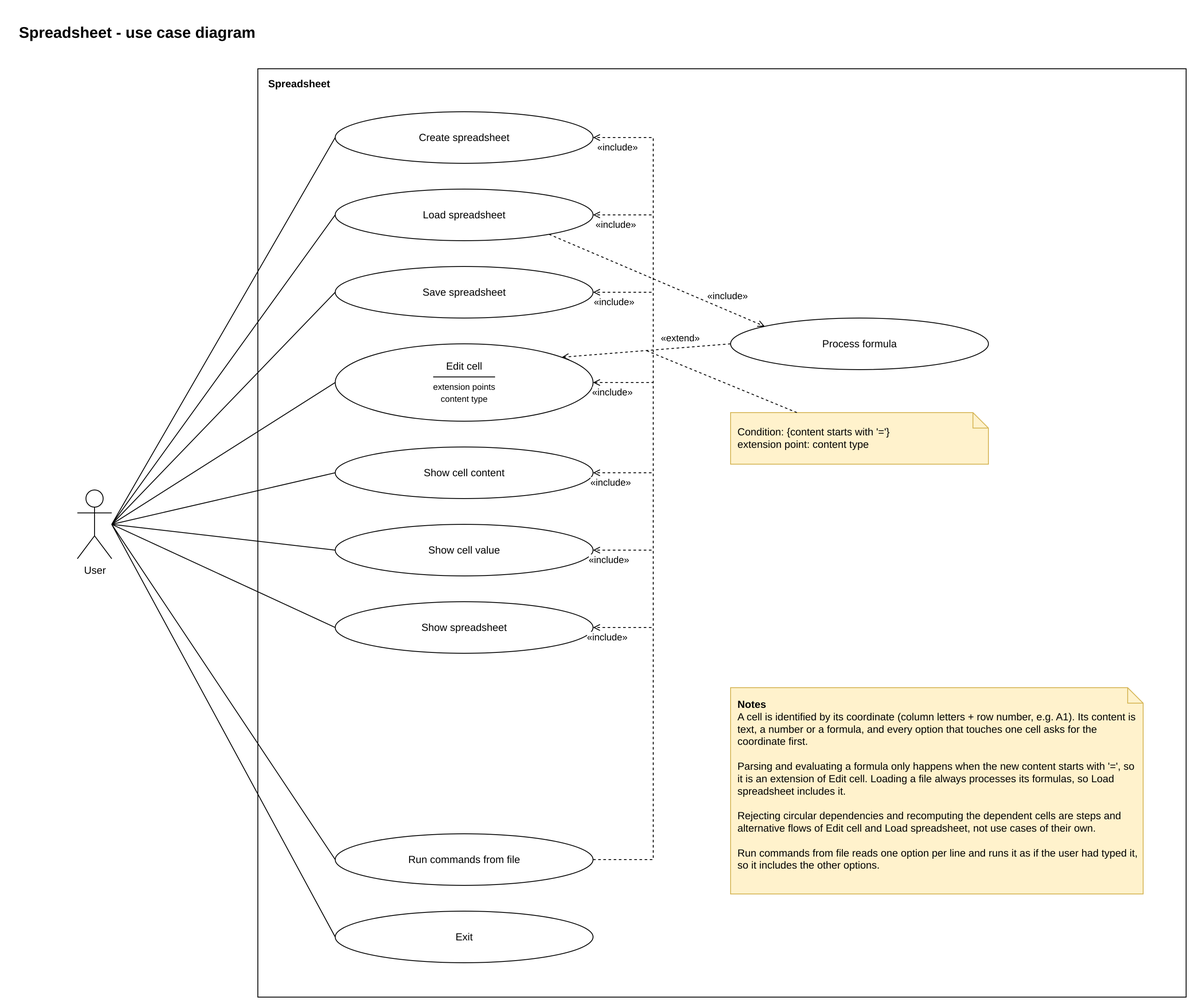
kamanfung-upc/softeng-project keeps this draw.io diagram as docs/use-case-diagram.drawio.png. Above is the earlier version. Source tidied: cells renumbered, new cells last; positions are measured from the earlier drawing's top-left corner, leaving out a move shared by most shapes.
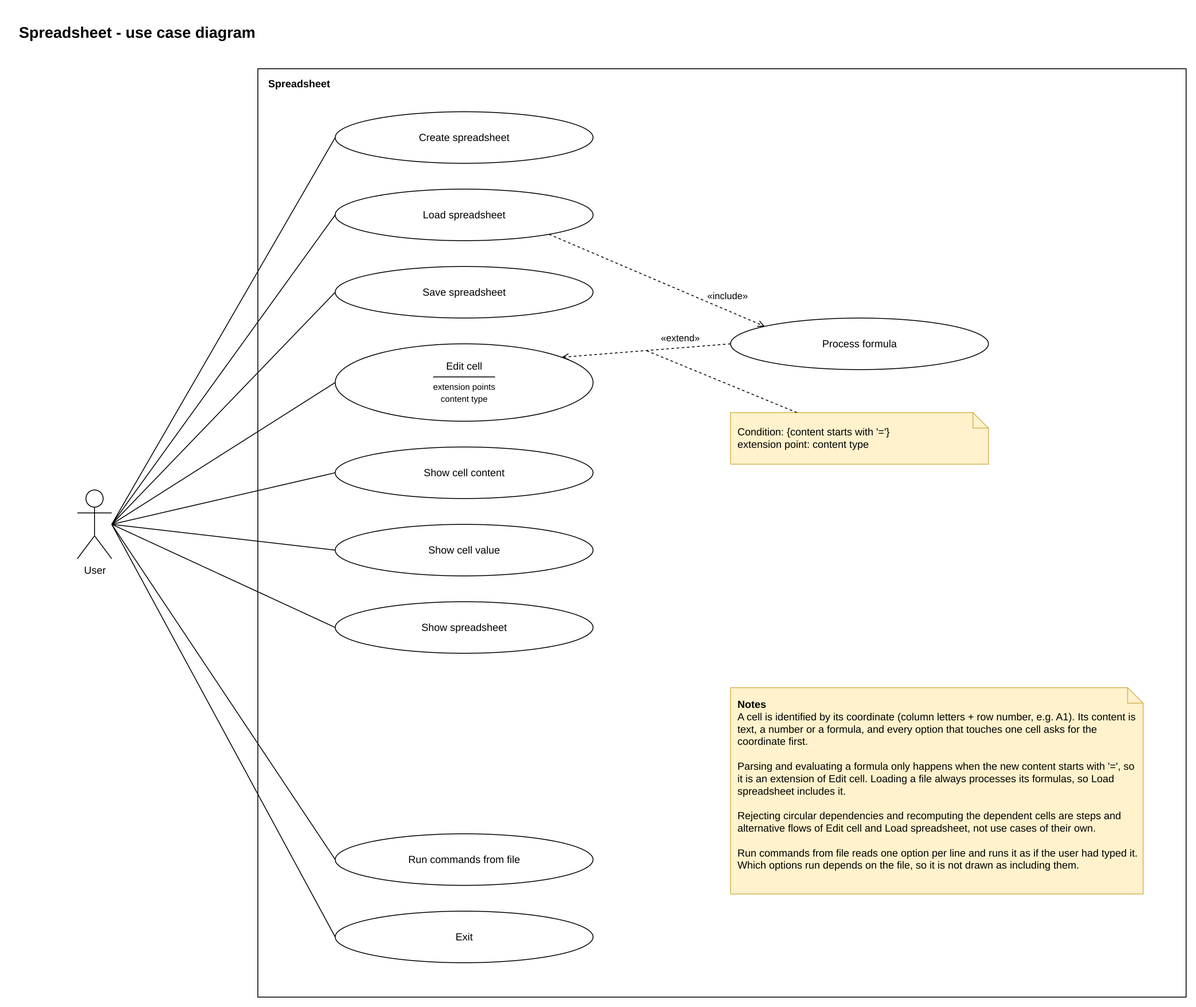
The same diagram one commit later.

Commit message:
docs: unify formula error rules in Process formula and fix diagram notation

What changed in the source:
```diff
@@ -82,98 +82,7 @@
     <mxCell id="27" style="endArrow=none;dashed=1;html=1;rounded=0;" parent="1" edge="1" source="26" target="24">
       <mxGeometry relative="1" as="geometry" />
     </mxCell>
-    <mxCell id="28" style="endArrow=open;endFill=1;dashed=1;html=1;rounded=0;edgeStyle=orthogonalEdgeStyle;exitX=1;exitY=0.5;exitDx=0;exitDy=0;entryX=1;entryY=0.5;entryDx=0;entryDy=0;" parent="1" edge="1" source="11" target="5">
-      <mxGeometry relative="1" as="geometry">
-        <Array as="points">
-          <mxPoint x="740" y="980" />
-          <mxPoint x="740" y="140" />
-        </Array>
-      </mxGeometry>
-    </mxCell>
-    <mxCell id="29" value="«include»" style="edgeLabel;html=1;align=center;verticalAlign=middle;" parent="28" vertex="1">
-      <mxGeometry x="0.96" relative="1" as="geometry">
-        <mxPoint x="8" y="11" as="offset" />
-      </mxGeometry>
-    </mxCell>
-    <mxCell id="30" style="endArrow=open;endFill=1;dashed=1;html=1;rounded=0;edgeStyle=orthogonalEdgeStyle;exitX=1;exitY=0.5;exitDx=0;exitDy=0;entryX=1;entryY=0.5;entryDx=0;entryDy=0;" parent="1" edge="1" source="11" target="6">
-      <mxGeometry relative="1" as="geometry">
-        <Array as="points">
-          <mxPoint x="740" y="980" />
-          <mxPoint x="740" y="230" />
-        </Array>
-      </mxGeometry>
-    </mxCell>
-    <mxCell id="31" value="«include»" style="edgeLabel;html=1;align=center;verticalAlign=middle;" parent="30" vertex="1">
-      <mxGeometry x="0.96" relative="1" as="geometry">
-        <mxPoint x="8" y="11" as="offset" />
-      </mxGeometry>
-    </mxCell>
-    <mxCell id="32" style="endArrow=open;endFill=1;dashed=1;html=1;rounded=0;edgeStyle=orthogonalEdgeStyle;exitX=1;exitY=0.5;exitDx=0;exitDy=0;entryX=1;entryY=0.5;entryDx=0;entryDy=0;" parent="1" edge="1" source="11" target="7">
-      <mxGeometry relative="1" as="geometry">
-        <Array as="points">
-          <mxPoint x="740" y="980" />
-          <mxPoint x="740" y="320" />
-        </Array>
-      </mxGeometry>
-    </mxCell>
-    <mxCell id="33" value="«include»" style="edgeLabel;html=1;align=center;verticalAlign=middle;" parent="32" vertex="1">
-      <mxGeometry x="0.96" relative="1" as="geometry">
-        <mxPoint x="8" y="11" as="offset" />
-      </mxGeometry>
-    </mxCell>
-    <mxCell id="34" style="endArrow=open;endFill=1;dashed=1;html=1;rounded=0;edgeStyle=orthogonalEdgeStyle;exitX=1;exitY=0.5;exitDx=0;exitDy=0;entryX=1;entryY=0.5;entryDx=0;entryDy=0;" parent="1" edge="1" source="11" target="8">
-      <mxGeometry relative="1" as="geometry">
-        <Array as="points">
-          <mxPoint x="740" y="980" />
-          <mxPoint x="740" y="530" />
-        </Array>
-      </mxGeometry>
-    </mxCell>
-    <mxCell id="35" value="«include»" style="edgeLabel;html=1;align=center;verticalAlign=middle;" parent="34" vertex="1">
-      <mxGeometry x="0.96" relative="1" as="geometry">
-        <mxPoint x="8" y="11" as="offset" />
-      </mxGeometry>
-    </mxCell>
-    <mxCell id="36" style="endArrow=open;endFill=1;dashed=1;html=1;rounded=0;edgeStyle=orthogonalEdgeStyle;exitX=1;exitY=0.5;exitDx=0;exitDy=0;entryX=1;entryY=0.5;entryDx=0;entryDy=0;" parent="1" edge="1" source="11" target="9">
-      <mxGeometry relative="1" as="geometry">
-        <Array as="points">
-          <mxPoint x="740" y="980" />
-          <mxPoint x="740" y="620" />
-        </Array>
-      </mxGeometry>
-    </mxCell>
-    <mxCell id="37" value="«include»" style="edgeLabel;html=1;align=center;verticalAlign=middle;" parent="36" vertex="1">
-      <mxGeometry x="0.96" relative="1" as="geometry">
-        <mxPoint x="8" y="11" as="offset" />
-      </mxGeometry>
-    </mxCell>
-    <mxCell id="38" style="endArrow=open;endFill=1;dashed=1;html=1;rounded=0;edgeStyle=orthogonalEdgeStyle;exitX=1;exitY=0.5;exitDx=0;exitDy=0;entryX=1;entryY=0.5;entryDx=0;entryDy=0;" parent="1" edge="1" source="11" target="10">
-      <mxGeometry relative="1" as="geometry">
-        <Array as="points">
-          <mxPoint x="740" y="980" />
-          <mxPoint x="740" y="710" />
-        </Array>
-      </mxGeometry>
-    </mxCell>
-    <mxCell id="39" value="«include»" style="edgeLabel;html=1;align=center;verticalAlign=middle;" parent="38" vertex="1">
-      <mxGeometry x="0.96" relative="1" as="geometry">
-        <mxPoint x="8" y="11" as="offset" />
-      </mxGeometry>
-    </mxCell>
-    <mxCell id="40" style="endArrow=open;endFill=1;dashed=1;html=1;rounded=0;edgeStyle=orthogonalEdgeStyle;exitX=1;exitY=0.5;exitDx=0;exitDy=0;entryX=1;entryY=0.5;entryDx=0;entryDy=0;" parent="1" edge="1" source="11" target="13">
-      <mxGeometry relative="1" as="geometry">
-        <Array as="points">
-          <mxPoint x="740" y="980" />
-          <mxPoint x="740" y="425" />
-        </Array>
-      </mxGeometry>
-    </mxCell>
-    <mxCell id="41" value="«include»" style="edgeLabel;html=1;align=center;verticalAlign=middle;" parent="40" vertex="1">
-      <mxGeometry x="0.96" relative="1" as="geometry">
-        <mxPoint x="8" y="11" as="offset" />
-      </mxGeometry>
-    </mxCell>
-    <mxCell id="42" value="&lt;b&gt;Notes&lt;/b&gt;&lt;br&gt;A cell is identified by its coordinate (column letters + row number, e.g. A1). Its content is text, a number or a formula, and every option that touches one cell asks for the coordinate first.&lt;br&gt;&lt;br&gt;Parsing and evaluating a formula only happens when the new content starts with '=', so it is an extension of Edit cell. Loading a file always processes its formulas, so Load spreadsheet includes it.&lt;br&gt;&lt;br&gt;Rejecting circular dependencies and recomputing the dependent cells are steps and alternative flows of Edit cell and Load spreadsheet, not use cases of their own.&lt;br&gt;&lt;br&gt;Run commands from file reads one option per line and runs it as if the user had typed it, so it includes the other options." style="shape=note;whiteSpace=wrap;html=1;align=left;verticalAlign=top;spacing=8;size=18;fillColor=#fff2cc;strokeColor=#d6b656;" parent="1" vertex="1">
+    <mxCell id="42" value="&lt;b&gt;Notes&lt;/b&gt;&lt;br&gt;A cell is identified by its coordinate (column letters + row number, e.g. A1). Its content is text, a number or a formula, and every option that touches one cell asks for the coordinate first.&lt;br&gt;&lt;br&gt;Parsing and evaluating a formula only happens when the new content starts with '=', so it is an extension of Edit cell. Loading a file always processes its formulas, so Load spreadsheet includes it.&lt;br&gt;&lt;br&gt;Rejecting circular dependencies and recomputing the dependent cells are steps and alternative flows of Edit cell and Load spreadsheet, not use cases of their own.&lt;br&gt;&lt;br&gt;Run commands from file reads one option per line and runs it as if the user had typed it. Which options run depends on the file, so it is not drawn as including them." style="shape=note;whiteSpace=wrap;html=1;align=left;verticalAlign=top;spacing=8;size=18;fillColor=#fff2cc;strokeColor=#d6b656;" parent="1" vertex="1">
       <mxGeometry x="830" y="780" width="480" height="240" as="geometry" />
     </mxCell>
     <mxCell id="43" style="endArrow=open;endFill=1;dashed=1;html=1;rounded=0;exitX=0.85;exitY=0.9;exitDx=0;exitDy=0;entryX=0.12;entryY=0.15;entryDx=0;entryDy=0;" parent="1" edge="1" source="6" target="23">
```
